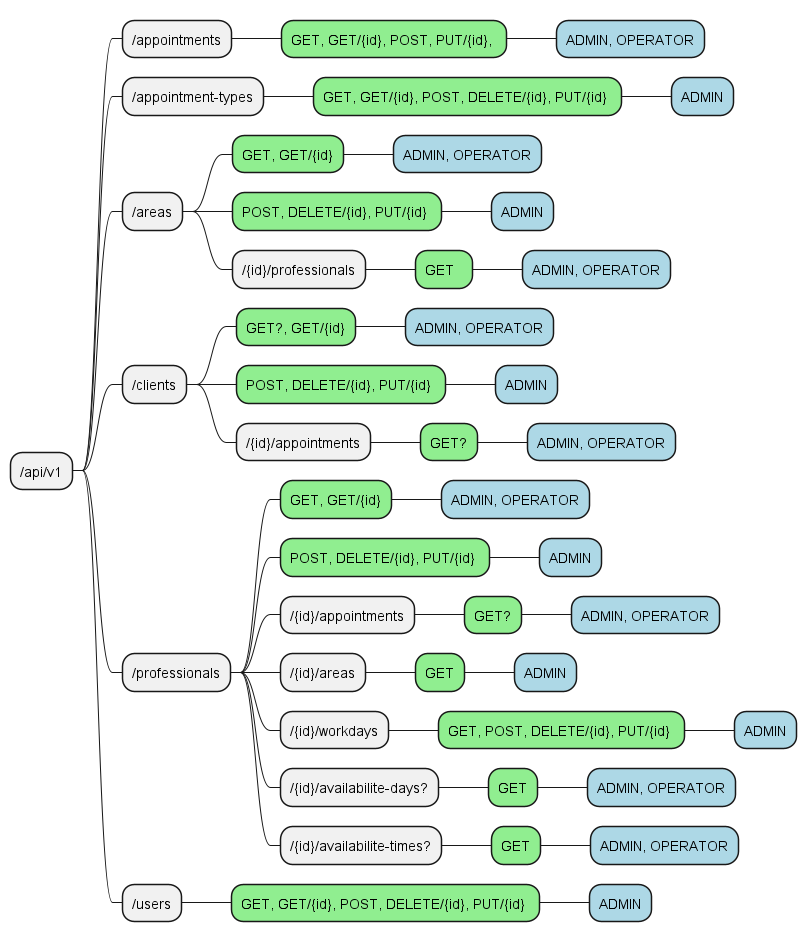
Above: out/docs/end_points/end_points.png in SocratesCCMuquepe/appointment-conception (PlantUML), before the change. Its diagram source:
```plantuml
@startmindmap "end_points"
* /api/v1
    ** /appointments
        ***[#LightGreen] GET, GET/{id}, POST, PUT/{id},
            ****[#LightBlue] ADMIN, OPERATOR
    ** /appointment-types
        ***[#LightGreen] GET, GET/{id}, POST, DELETE/{id}, PUT/{id}
            ****[#LightBlue] ADMIN
    ** /areas
        ***[#LightGreen] GET, GET/{id}
            ****[#LightBlue] ADMIN, OPERATOR
        ***[#LightGreen] POST, DELETE/{id}, PUT/{id}
            ****[#LightBlue] ADMIN
        *** /{id}/professionals
            ****[#LightGreen] GET
            *****[#LightBlue] ADMIN, OPERATOR
    ** /clients
        ***[#LightGreen] GET?, GET/{id}
            ****[#LightBlue] ADMIN, OPERATOR
        ***[#LightGreen] POST, DELETE/{id}, PUT/{id}
            ****[#LightBlue] ADMIN
        *** /{id}/appointments
            ****[#LightGreen] GET?
                *****[#LightBlue] ADMIN, OPERATOR
    ** /professionals
        ***[#LightGreen] GET, GET/{id}
            ****[#LightBlue] ADMIN, OPERATOR
        ***[#LightGreen] POST, DELETE/{id}, PUT/{id}
            ****[#LightBlue] ADMIN
        *** /{id}/appointments
            ****[#LightGreen] GET?
                *****[#LightBlue] ADMIN, OPERATOR
        *** /{id}/areas
            ****[#LightGreen] GET
                *****[#LightBlue] ADMIN
        *** /{id}/workdays
            ****[#LightGreen] GET, POST, DELETE/{id}, PUT/{id}
                *****[#LightBlue] ADMIN
        *** /{id}/availabilite-days?
            ****[#LightGreen] GET
                *****[#LightBlue] ADMIN, OPERATOR
        *** /{id}/availabilite-times?
            ****[#LightGreen] GET
                *****[#LightBlue] ADMIN, OPERATOR
    ** /users
        ***[#LightGreen] GET, GET/{id}, POST, DELETE/{id}, PUT/{id}
            ****[#LightBlue] ADMIN
@endmindmap
```
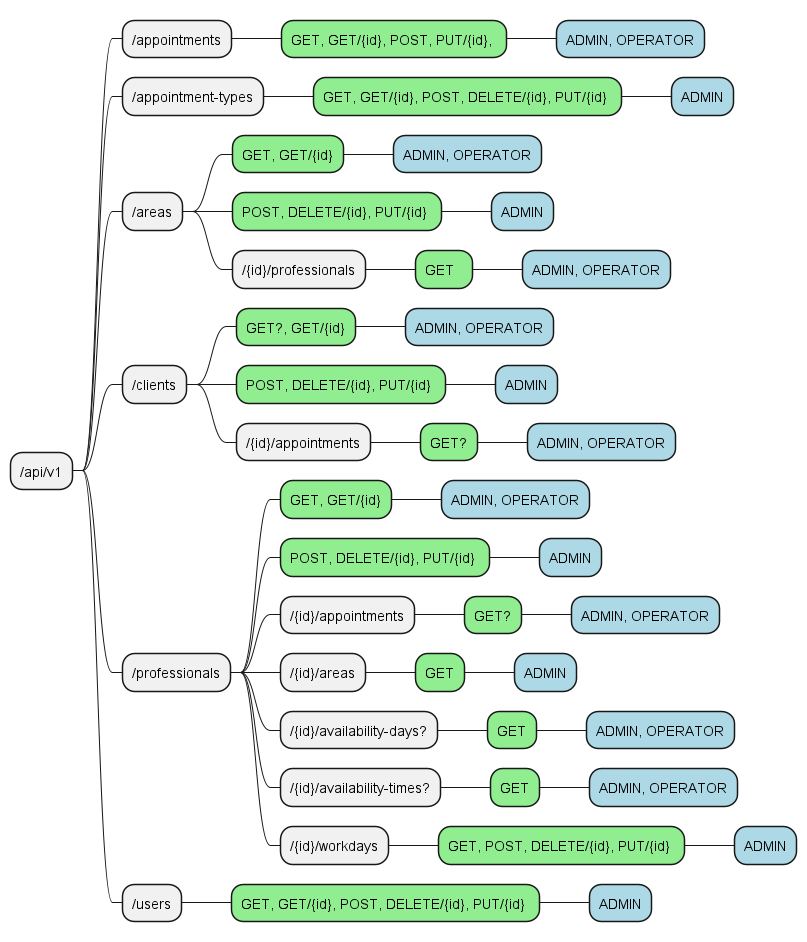
After the change.

Commit message:
closes #4 - Fix EndPoints reference in mindmap  diagram

Change to the diagram source:
```diff
@@ -33,15 +33,15 @@
         *** /{id}/areas
             ****[#LightGreen] GET
                 *****[#LightBlue] ADMIN
+        *** /{id}/availability-days?
+            ****[#LightGreen] GET
+                *****[#LightBlue] ADMIN, OPERATOR
+        *** /{id}/availability-times?
+            ****[#LightGreen] GET
+                *****[#LightBlue] ADMIN, OPERATOR
         *** /{id}/workdays
             ****[#LightGreen] GET, POST, DELETE/{id}, PUT/{id}
                 *****[#LightBlue] ADMIN
-        *** /{id}/availabilite-days?
-            ****[#LightGreen] GET
-                *****[#LightBlue] ADMIN, OPERATOR
-        *** /{id}/availabilite-times?
-            ****[#LightGreen] GET
-                *****[#LightBlue] ADMIN, OPERATOR
     ** /users
         ***[#LightGreen] GET, GET/{id}, POST, DELETE/{id}, PUT/{id}
             ****[#LightBlue] ADMIN
```
